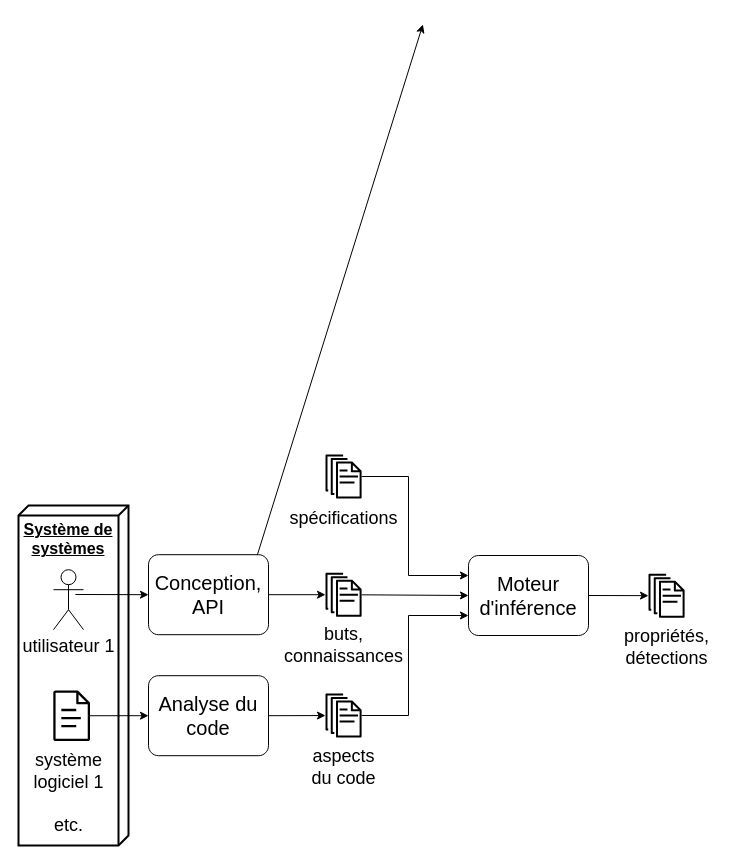
The draw.io diagram researchProject2026_Vannes_sos.drawio in yoann-marquer/Diagrams, before the edit. Source tidied: cells renumbered, new cells numbered last; positions are measured from the earlier drawing's top-left corner, leaving out a move shared by most shapes. Both pictures are drawn from the tidied source at 100%, with x=0, y=0 at pixel (18, 24).
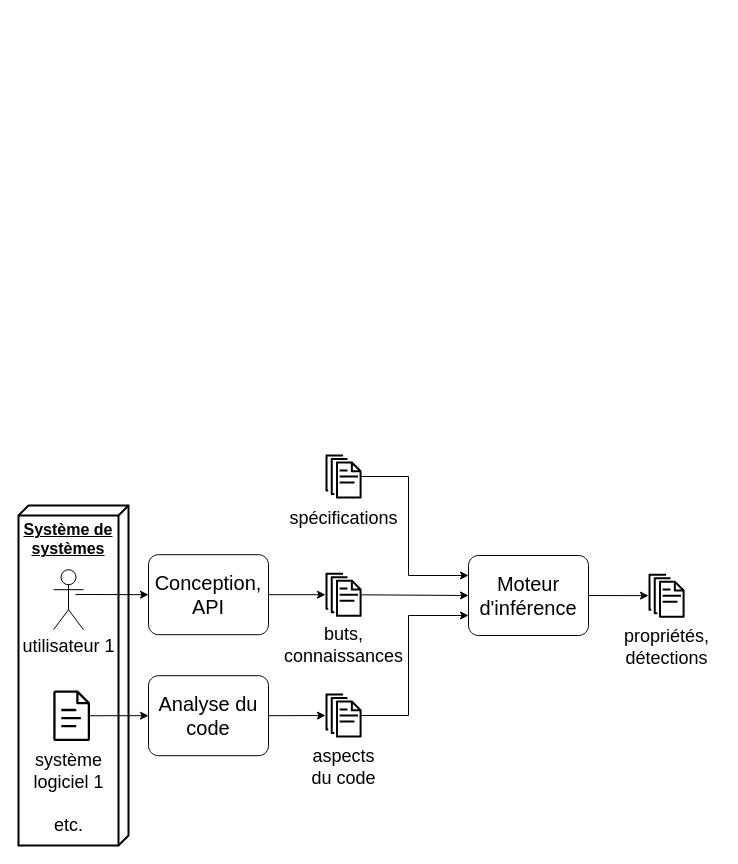
The same page after the edit.

Change to the diagram source:
```diff
@@
-    <mxCell id="4" style="endArrow=classic;html=1;rounded=0;exitX=1;exitY=0.5;exitDx=0;exitDy=0;exitPerimeter=0;" parent="1" edge="1">
-      <mxGeometry relative="1" as="geometry">
-        <mxPoint x="226.5" y="570" as="sourcePoint" />
-        <mxPoint x="404.4" as="targetPoint" />
-      </mxGeometry>
-    </mxCell>
```
